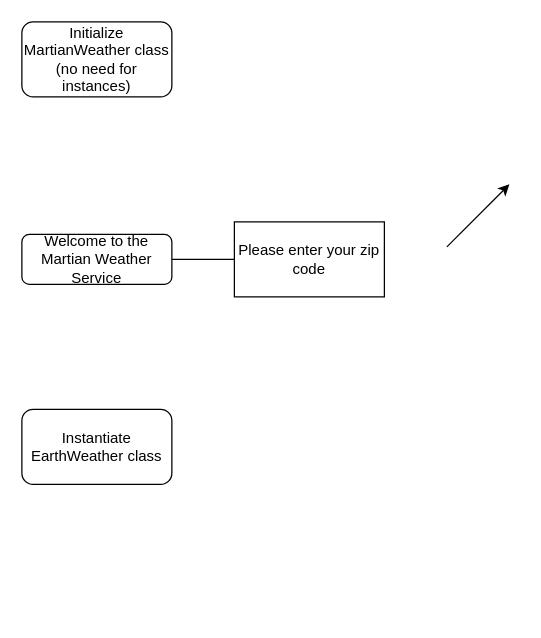
The draw.io diagram CLI_Flowchart.drawio in zkobrinsky/Flatiron_Project1_CLI_200817, before the edit. Source tidied: cells renumbered, new cells numbered last; positions are measured from the earlier drawing's top-left corner, leaving out a move shared by most shapes. Both pictures are drawn from the tidied source at 125%, with x=0, y=0 at pixel (21, 21).
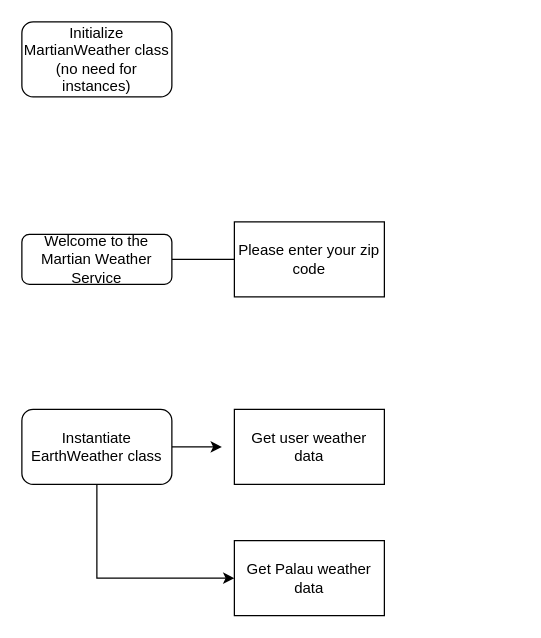
After the change.

Diff of the diagram source:
```diff
@@
 <mxGraphModel>
   <root>
     <mxCell id="0" />
     <mxCell id="1" parent="0" />
     <mxCell id="2" style="rounded=0;html=1;jettySize=auto;fontSize=11;endArrow=block;endFill=0;endSize=8;strokeWidth=1;shadow=0;labelBackgroundColor=none;edgeStyle=orthogonalEdgeStyle;" parent="1" edge="1" source="3">
       <mxGeometry relative="1" as="geometry">
         <mxPoint x="200" y="190" as="targetPoint" />
       </mxGeometry>
     </mxCell>
     <mxCell id="3" value="Welcome to the Martian Weather Service" style="rounded=1;whiteSpace=wrap;html=1;fontSize=12;glass=0;strokeWidth=1;shadow=0;" parent="1" vertex="1">
       <mxGeometry y="170" width="120" height="40" as="geometry" />
     </mxCell>
     <mxCell id="4" value="Please enter your zip code" style="rounded=0;whiteSpace=wrap;html=1;" parent="1" vertex="1">
       <mxGeometry x="170" y="160" width="120" height="60" as="geometry" />
     </mxCell>
     <mxCell id="5" value="Initialize MartianWeather class (no need for instances)" style="rounded=1;whiteSpace=wrap;html=1;" parent="1" vertex="1">
       <mxGeometry width="120" height="60" as="geometry" />
     </mxCell>
+    <mxCell id="8" style="edgeStyle=orthogonalEdgeStyle;rounded=0;jettySize=auto;html=1;exitX=1;exitY=0.5;exitDx=0;exitDy=0;" parent="1" edge="1" source="6">
+      <mxGeometry relative="1" as="geometry">
+        <mxPoint x="160" y="340" as="targetPoint" />
+      </mxGeometry>
+    </mxCell>
+    <mxCell id="9" style="edgeStyle=orthogonalEdgeStyle;rounded=0;jettySize=auto;html=1;exitX=0.5;exitY=1;exitDx=0;exitDy=0;entryX=0;entryY=0.5;entryDx=0;entryDy=0;" parent="1" edge="1" source="6" target="12">
+      <mxGeometry relative="1" as="geometry" />
+    </mxCell>
     <mxCell id="6" value="Instantiate EarthWeather class" style="rounded=1;whiteSpace=wrap;html=1;" parent="1" vertex="1">
       <mxGeometry y="310" width="120" height="60" as="geometry" />
     </mxCell>
-    <mxCell id="7" style="endArrow=classic;html=1;" parent="1" edge="1">
-      <mxGeometry relative="1" as="geometry">
-        <mxPoint x="340" y="180" as="sourcePoint" />
-        <mxPoint x="390" y="130" as="targetPoint" />
-      </mxGeometry>
-    </mxCell>
+    <mxCell id="10" value="Get user weather data" style="rounded=0;whiteSpace=wrap;html=1;" parent="1" vertex="1">
+      <mxGeometry x="170" y="310" width="120" height="60" as="geometry" />
+    </mxCell>
+    <mxCell id="11" style="edgeStyle=orthogonalEdgeStyle;rounded=0;orthogonalLoop=1;jettySize=auto;html=1;exitX=0.5;exitY=1;exitDx=0;exitDy=0;" parent="1" edge="1" source="6" target="6">
+      <mxGeometry relative="1" as="geometry" />
+    </mxCell>
+    <mxCell id="12" value="Get Palau weather data" style="rounded=0;whiteSpace=wrap;html=1;" parent="1" vertex="1">
+      <mxGeometry x="170" y="415" width="120" height="60" as="geometry" />
+    </mxCell>
   </root>
 </mxGraphModel>
```
